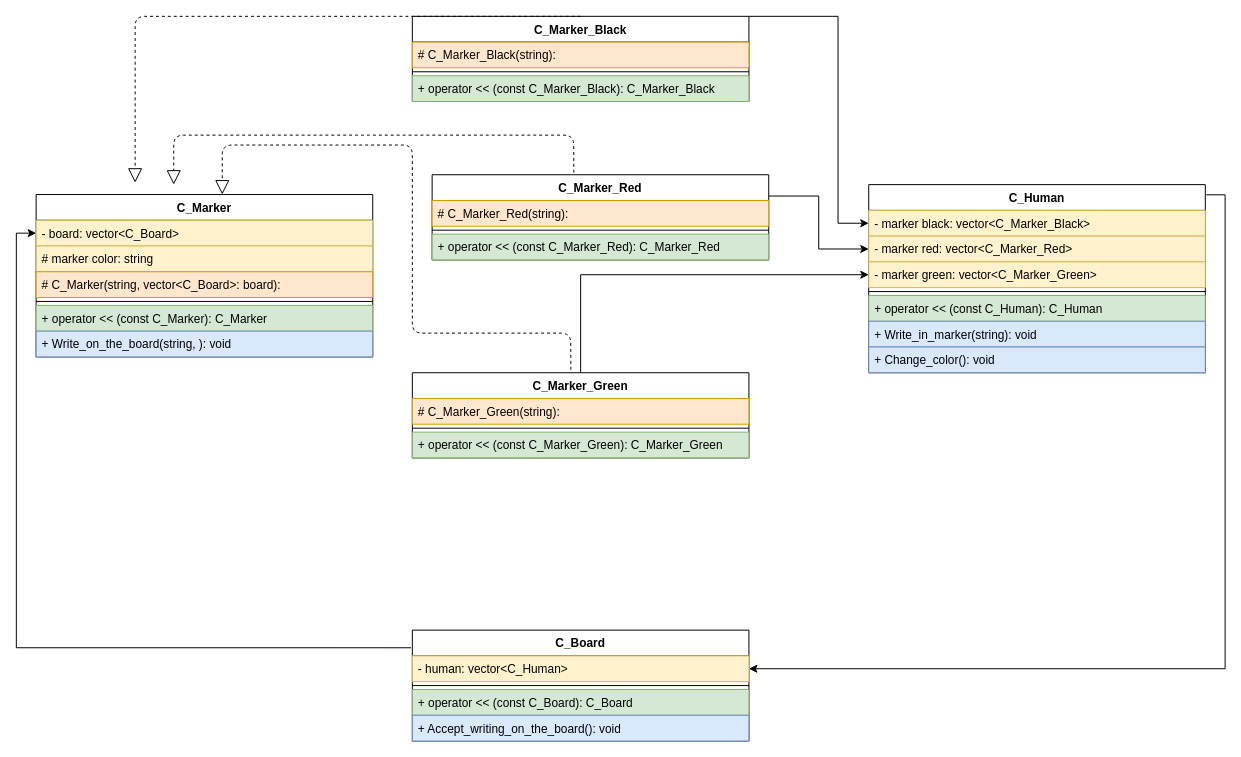
This is CW7.drawio from Omlet144/UML, a draw.io file, before an edit. Source tidied: cells renumbered, new cells numbered last; positions are measured from the earlier drawing's top-left corner, leaving out a move shared by most shapes. Both pictures are drawn from the tidied source at 99%, with x=0, y=0 at pixel (16, 16).
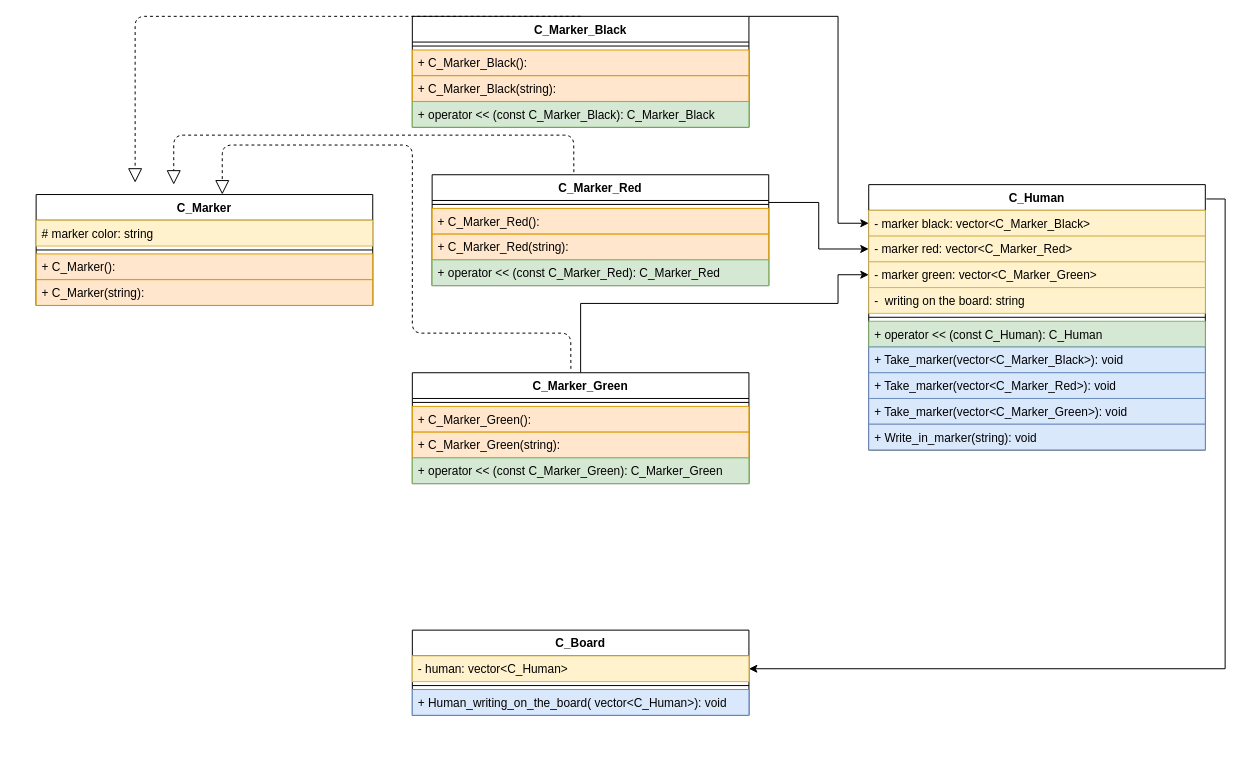
Above is the later version.

Unchanged cells that the change refers to:
```xml
<mxCell id="37" value="- marker green: vector&lt;C_Marker_Green&gt;" style="text;strokeColor=#d6b656;fillColor=#fff2cc;align=left;verticalAlign=top;spacingLeft=4;spacingRight=4;overflow=hidden;points=[[0,0.5],[1,0.5]];portConstraint=eastwest;" parent="34" vertex="1">
  <mxGeometry y="78" width="340" height="26" as="geometry" />
</mxCell>
```

Diff of the diagram source:
```diff
@@
     <mxCell id="2" value="C_Marker" style="swimlane;fontStyle=1;align=center;verticalAlign=top;horizontal=1;startSize=26;" parent="1" vertex="1">
-      <mxGeometry x="20" y="180" width="340" height="164" as="geometry" />
+      <mxGeometry x="20" y="180" width="340" height="112" as="geometry" />
     </mxCell>
-    <mxCell id="3" value="- board: vector&lt;C_Board&gt;" style="text;strokeColor=#d6b656;fillColor=#fff2cc;align=left;verticalAlign=top;spacingLeft=4;spacingRight=4;overflow=hidden;points=[[0,0.5],[1,0.5]];portConstraint=eastwest;" parent="2" vertex="1">
-      <mxGeometry y="26" width="340" height="26" as="geometry" />
-    </mxCell>
     <mxCell id="4" value="# marker color: string" style="text;strokeColor=#d6b656;fillColor=#fff2cc;align=left;verticalAlign=top;spacingLeft=4;spacingRight=4;overflow=hidden;" parent="2" vertex="1">
-      <mxGeometry y="52" width="340" height="26" as="geometry" />
+      <mxGeometry y="26" width="340" height="26" as="geometry" />
     </mxCell>
+    <mxCell id="6" style="line;strokeWidth=1;fillColor=none;align=left;verticalAlign=middle;spacingTop=-1;spacingLeft=3;spacingRight=3;labelPosition=right;" parent="2" vertex="1">
+      <mxGeometry y="52" width="340" height="8" as="geometry" />
+    </mxCell>
+    <mxCell id="42" value="+ C_Marker():" style="text;strokeColor=#d79b00;fillColor=#ffe6cc;align=left;verticalAlign=top;spacingLeft=4;spacingRight=4;overflow=hidden;" parent="2" vertex="1">
+      <mxGeometry y="60" width="340" height="26" as="geometry" />
+    </mxCell>
-    <mxCell id="5" value="# C_Marker(string, vector&lt;C_Board&gt;: board):" style="text;strokeColor=#d79b00;fillColor=#ffe6cc;align=left;verticalAlign=top;spacingLeft=4;spacingRight=4;overflow=hidden;" parent="2" vertex="1">
-      <mxGeometry y="78" width="340" height="26" as="geometry" />
+    <mxCell id="5" value="+ C_Marker(string):" style="text;strokeColor=#d79b00;fillColor=#ffe6cc;align=left;verticalAlign=top;spacingLeft=4;spacingRight=4;overflow=hidden;" parent="2" vertex="1">
+      <mxGeometry y="86" width="340" height="26" as="geometry" />
     </mxCell>
-    <mxCell id="6" style="line;strokeWidth=1;fillColor=none;align=left;verticalAlign=middle;spacingTop=-1;spacingLeft=3;spacingRight=3;labelPosition=right;" parent="2" vertex="1">
-      <mxGeometry y="104" width="340" height="8" as="geometry" />
-    </mxCell>
-    <mxCell id="7" value="+ operator &lt;&lt; (const C_Marker): C_Marker" style="text;strokeColor=#82b366;fillColor=#d5e8d4;align=left;verticalAlign=top;spacingLeft=4;spacingRight=4;overflow=hidden;" parent="2" vertex="1">
-      <mxGeometry y="112" width="340" height="26" as="geometry" />
-    </mxCell>
-    <mxCell id="8" value="+ Write_on_the_board(string, ): void" style="text;strokeColor=#6c8ebf;fillColor=#dae8fc;align=left;verticalAlign=top;spacingLeft=4;spacingRight=4;overflow=hidden;" parent="2" vertex="1">
-      <mxGeometry y="138" width="340" height="26" as="geometry" />
-    </mxCell>
@@
     <mxCell id="10" value="C_Marker_Black" style="swimlane;fontStyle=1;align=center;verticalAlign=top;horizontal=1;startSize=26;" parent="1" vertex="1">
-      <mxGeometry x="400" width="340" height="86" as="geometry" />
+      <mxGeometry x="400" width="340" height="112" as="geometry" />
     </mxCell>
+    <mxCell id="12" style="line;strokeWidth=1;fillColor=none;align=left;verticalAlign=middle;spacingTop=-1;spacingLeft=3;spacingRight=3;labelPosition=right;" parent="10" vertex="1">
+      <mxGeometry y="26" width="340" height="8" as="geometry" />
+    </mxCell>
+    <mxCell id="43" value="+ C_Marker_Black():" style="text;strokeColor=#d79b00;fillColor=#ffe6cc;align=left;verticalAlign=top;spacingLeft=4;spacingRight=4;overflow=hidden;" parent="10" vertex="1">
+      <mxGeometry y="34" width="340" height="26" as="geometry" />
+    </mxCell>
-    <mxCell id="11" value="# C_Marker_Black(string):" style="text;strokeColor=#d79b00;fillColor=#ffe6cc;align=left;verticalAlign=top;spacingLeft=4;spacingRight=4;overflow=hidden;" parent="10" vertex="1">
-      <mxGeometry y="26" width="340" height="26" as="geometry" />
+    <mxCell id="11" value="+ C_Marker_Black(string):" style="text;strokeColor=#d79b00;fillColor=#ffe6cc;align=left;verticalAlign=top;spacingLeft=4;spacingRight=4;overflow=hidden;" parent="10" vertex="1">
+      <mxGeometry y="60" width="340" height="26" as="geometry" />
     </mxCell>
-    <mxCell id="12" style="line;strokeWidth=1;fillColor=none;align=left;verticalAlign=middle;spacingTop=-1;spacingLeft=3;spacingRight=3;labelPosition=right;" parent="10" vertex="1">
-      <mxGeometry y="52" width="340" height="8" as="geometry" />
-    </mxCell>
     <mxCell id="13" value="+ operator &lt;&lt; (const C_Marker_Black): C_Marker_Black" style="text;strokeColor=#82b366;fillColor=#d5e8d4;align=left;verticalAlign=top;spacingLeft=4;spacingRight=4;overflow=hidden;" parent="10" vertex="1">
-      <mxGeometry y="60" width="340" height="26" as="geometry" />
+      <mxGeometry y="86" width="340" height="26" as="geometry" />
     </mxCell>
     <mxCell id="14" value="C_Marker_Red" style="swimlane;fontStyle=1;align=center;verticalAlign=top;horizontal=1;startSize=26;" parent="1" vertex="1">
-      <mxGeometry x="420" y="160" width="340" height="86" as="geometry" />
+      <mxGeometry x="420" y="160" width="340" height="112" as="geometry" />
     </mxCell>
+    <mxCell id="16" style="line;strokeWidth=1;fillColor=none;align=left;verticalAlign=middle;spacingTop=-1;spacingLeft=3;spacingRight=3;labelPosition=right;" parent="14" vertex="1">
+      <mxGeometry y="26" width="340" height="8" as="geometry" />
+    </mxCell>
+    <mxCell id="44" value="+ C_Marker_Red():" style="text;strokeColor=#d79b00;fillColor=#ffe6cc;align=left;verticalAlign=top;spacingLeft=4;spacingRight=4;overflow=hidden;" parent="14" vertex="1">
+      <mxGeometry y="34" width="340" height="26" as="geometry" />
+    </mxCell>
-    <mxCell id="15" value="# C_Marker_Red(string):" style="text;strokeColor=#d79b00;fillColor=#ffe6cc;align=left;verticalAlign=top;spacingLeft=4;spacingRight=4;overflow=hidden;" parent="14" vertex="1">
-      <mxGeometry y="26" width="340" height="26" as="geometry" />
+    <mxCell id="15" value="+ C_Marker_Red(string):" style="text;strokeColor=#d79b00;fillColor=#ffe6cc;align=left;verticalAlign=top;spacingLeft=4;spacingRight=4;overflow=hidden;" parent="14" vertex="1">
+      <mxGeometry y="60" width="340" height="26" as="geometry" />
     </mxCell>
-    <mxCell id="16" style="line;strokeWidth=1;fillColor=none;align=left;verticalAlign=middle;spacingTop=-1;spacingLeft=3;spacingRight=3;labelPosition=right;" parent="14" vertex="1">
-      <mxGeometry y="52" width="340" height="8" as="geometry" />
-    </mxCell>
     <mxCell id="17" value="+ operator &lt;&lt; (const C_Marker_Red): C_Marker_Red" style="text;strokeColor=#82b366;fillColor=#d5e8d4;align=left;verticalAlign=top;spacingLeft=4;spacingRight=4;overflow=hidden;" parent="14" vertex="1">
-      <mxGeometry y="60" width="340" height="26" as="geometry" />
+      <mxGeometry y="86" width="340" height="26" as="geometry" />
     </mxCell>
     <mxCell id="18" style="edgeStyle=orthogonalEdgeStyle;rounded=0;jettySize=auto;html=1;entryX=0;entryY=0.5;entryDx=0;entryDy=0;" parent="1" edge="1" source="19" target="37">
       <mxGeometry relative="1" as="geometry">
         <Array as="points">
-          <mxPoint x="570" y="261" />
+          <mxPoint x="570" y="290" />
+          <mxPoint x="830" y="290" />
+          <mxPoint x="830" y="261" />
         </Array>
       </mxGeometry>
     </mxCell>
     <mxCell id="19" value="C_Marker_Green" style="swimlane;fontStyle=1;align=center;verticalAlign=top;horizontal=1;startSize=26;" parent="1" vertex="1">
-      <mxGeometry x="400" y="360" width="340" height="86" as="geometry" />
+      <mxGeometry x="400" y="360" width="340" height="112" as="geometry" />
     </mxCell>
+    <mxCell id="21" style="line;strokeWidth=1;fillColor=none;align=left;verticalAlign=middle;spacingTop=-1;spacingLeft=3;spacingRight=3;labelPosition=right;" parent="19" vertex="1">
+      <mxGeometry y="26" width="340" height="8" as="geometry" />
+    </mxCell>
+    <mxCell id="45" value="+ C_Marker_Green():" style="text;strokeColor=#d79b00;fillColor=#ffe6cc;align=left;verticalAlign=top;spacingLeft=4;spacingRight=4;overflow=hidden;" parent="19" vertex="1">
+      <mxGeometry y="34" width="340" height="26" as="geometry" />
+    </mxCell>
-    <mxCell id="20" value="# C_Marker_Green(string):" style="text;strokeColor=#d79b00;fillColor=#ffe6cc;align=left;verticalAlign=top;spacingLeft=4;spacingRight=4;overflow=hidden;" parent="19" vertex="1">
-      <mxGeometry y="26" width="340" height="26" as="geometry" />
+    <mxCell id="20" value="+ C_Marker_Green(string):" style="text;strokeColor=#d79b00;fillColor=#ffe6cc;align=left;verticalAlign=top;spacingLeft=4;spacingRight=4;overflow=hidden;" parent="19" vertex="1">
+      <mxGeometry y="60" width="340" height="26" as="geometry" />
     </mxCell>
-    <mxCell id="21" style="line;strokeWidth=1;fillColor=none;align=left;verticalAlign=middle;spacingTop=-1;spacingLeft=3;spacingRight=3;labelPosition=right;" parent="19" vertex="1">
-      <mxGeometry y="52" width="340" height="8" as="geometry" />
-    </mxCell>
     <mxCell id="22" value="+ operator &lt;&lt; (const C_Marker_Green): C_Marker_Green" style="text;strokeColor=#82b366;fillColor=#d5e8d4;align=left;verticalAlign=top;spacingLeft=4;spacingRight=4;overflow=hidden;" parent="19" vertex="1">
-      <mxGeometry y="60" width="340" height="26" as="geometry" />
+      <mxGeometry y="86" width="340" height="26" as="geometry" />
     </mxCell>
@@
-    <mxCell id="26" style="edgeStyle=orthogonalEdgeStyle;rounded=0;jettySize=auto;html=1;entryX=0;entryY=0.5;entryDx=0;entryDy=0;exitX=-0.004;exitY=0.159;exitDx=0;exitDy=0;exitPerimeter=0;" parent="1" edge="1" source="27" target="3">
-      <mxGeometry relative="1" as="geometry">
-        <Array as="points">
-          <mxPoint y="638" />
-          <mxPoint y="219" />
-        </Array>
-      </mxGeometry>
-    </mxCell>
     <mxCell id="27" value="C_Board" style="swimlane;fontStyle=1;align=center;verticalAlign=top;horizontal=1;startSize=26;" parent="1" vertex="1">
-      <mxGeometry x="400" y="620" width="340" height="112" as="geometry" />
+      <mxGeometry x="400" y="620" width="340" height="86" as="geometry" />
     </mxCell>
@@
-    <mxCell id="30" value="+ operator &lt;&lt; (const C_Board): C_Board" style="text;strokeColor=#82b366;fillColor=#d5e8d4;align=left;verticalAlign=top;spacingLeft=4;spacingRight=4;overflow=hidden;" parent="27" vertex="1">
-      <mxGeometry y="60" width="340" height="26" as="geometry" />
-    </mxCell>
-    <mxCell id="31" value="+ Accept_writing_on_the_board(): void" style="text;strokeColor=#6c8ebf;fillColor=#dae8fc;align=left;verticalAlign=top;spacingLeft=4;spacingRight=4;overflow=hidden;" parent="27" vertex="1">
-      <mxGeometry y="86" width="340" height="26" as="geometry" />
+    <mxCell id="31" value="+ Human_writing_on_the_board( vector&lt;C_Human&gt;): void" style="text;strokeColor=#6c8ebf;fillColor=#dae8fc;align=left;verticalAlign=top;spacingLeft=4;spacingRight=4;overflow=hidden;" parent="27" vertex="1">
+      <mxGeometry y="60" width="340" height="26" as="geometry" />
     </mxCell>
@@
     <mxCell id="34" value="C_Human" style="swimlane;fontStyle=1;align=center;verticalAlign=top;horizontal=1;startSize=26;" parent="1" vertex="1">
-      <mxGeometry x="861" y="170" width="340" height="190" as="geometry" />
+      <mxGeometry x="861" y="170" width="340" height="268" as="geometry" />
     </mxCell>
@@
+    <mxCell id="46" value="-  writing on the board: string" style="text;strokeColor=#d6b656;fillColor=#fff2cc;align=left;verticalAlign=top;spacingLeft=4;spacingRight=4;overflow=hidden;" parent="34" vertex="1">
+      <mxGeometry y="104" width="340" height="26" as="geometry" />
+    </mxCell>
     <mxCell id="38" style="line;strokeWidth=1;fillColor=none;align=left;verticalAlign=middle;spacingTop=-1;spacingLeft=3;spacingRight=3;labelPosition=right;" parent="34" vertex="1">
-      <mxGeometry y="104" width="340" height="8" as="geometry" />
+      <mxGeometry y="130" width="340" height="8" as="geometry" />
     </mxCell>
     <mxCell id="39" value="+ operator &lt;&lt; (const C_Human): C_Human" style="text;strokeColor=#82b366;fillColor=#d5e8d4;align=left;verticalAlign=top;spacingLeft=4;spacingRight=4;overflow=hidden;" parent="34" vertex="1">
-      <mxGeometry y="112" width="340" height="26" as="geometry" />
+      <mxGeometry y="138" width="340" height="26" as="geometry" />
     </mxCell>
-    <mxCell id="40" value="+ Write_in_marker(string): void" style="text;strokeColor=#6c8ebf;fillColor=#dae8fc;align=left;verticalAlign=top;spacingLeft=4;spacingRight=4;overflow=hidden;" parent="34" vertex="1">
-      <mxGeometry y="138" width="340" height="26" as="geometry" />
+    <mxCell id="40" value="+ Take_marker(vector&lt;C_Marker_Black&gt;): void" style="text;strokeColor=#6c8ebf;fillColor=#dae8fc;align=left;verticalAlign=top;spacingLeft=4;spacingRight=4;overflow=hidden;" parent="34" vertex="1">
+      <mxGeometry y="164" width="340" height="26" as="geometry" />
     </mxCell>
-    <mxCell id="41" value="+ Change_color(): void" style="text;strokeColor=#6c8ebf;fillColor=#dae8fc;align=left;verticalAlign=top;spacingLeft=4;spacingRight=4;overflow=hidden;" parent="34" vertex="1">
-      <mxGeometry y="164" width="340" height="26" as="geometry" />
-    </mxCell>
+    <mxCell id="47" value="+ Take_marker(vector&lt;C_Marker_Red&gt;): void" style="text;strokeColor=#6c8ebf;fillColor=#dae8fc;align=left;verticalAlign=top;spacingLeft=4;spacingRight=4;overflow=hidden;" parent="34" vertex="1">
+      <mxGeometry y="190" width="340" height="26" as="geometry" />
+    </mxCell>
+    <mxCell id="48" value="+ Take_marker(vector&lt;C_Marker_Green&gt;): void" style="text;strokeColor=#6c8ebf;fillColor=#dae8fc;align=left;verticalAlign=top;spacingLeft=4;spacingRight=4;overflow=hidden;" parent="34" vertex="1">
+      <mxGeometry y="216" width="340" height="26" as="geometry" />
+    </mxCell>
+    <mxCell id="49" value="+ Write_in_marker(string): void" style="text;strokeColor=#6c8ebf;fillColor=#dae8fc;align=left;verticalAlign=top;spacingLeft=4;spacingRight=4;overflow=hidden;" parent="34" vertex="1">
+      <mxGeometry y="242" width="340" height="26" as="geometry" />
+    </mxCell>
```
